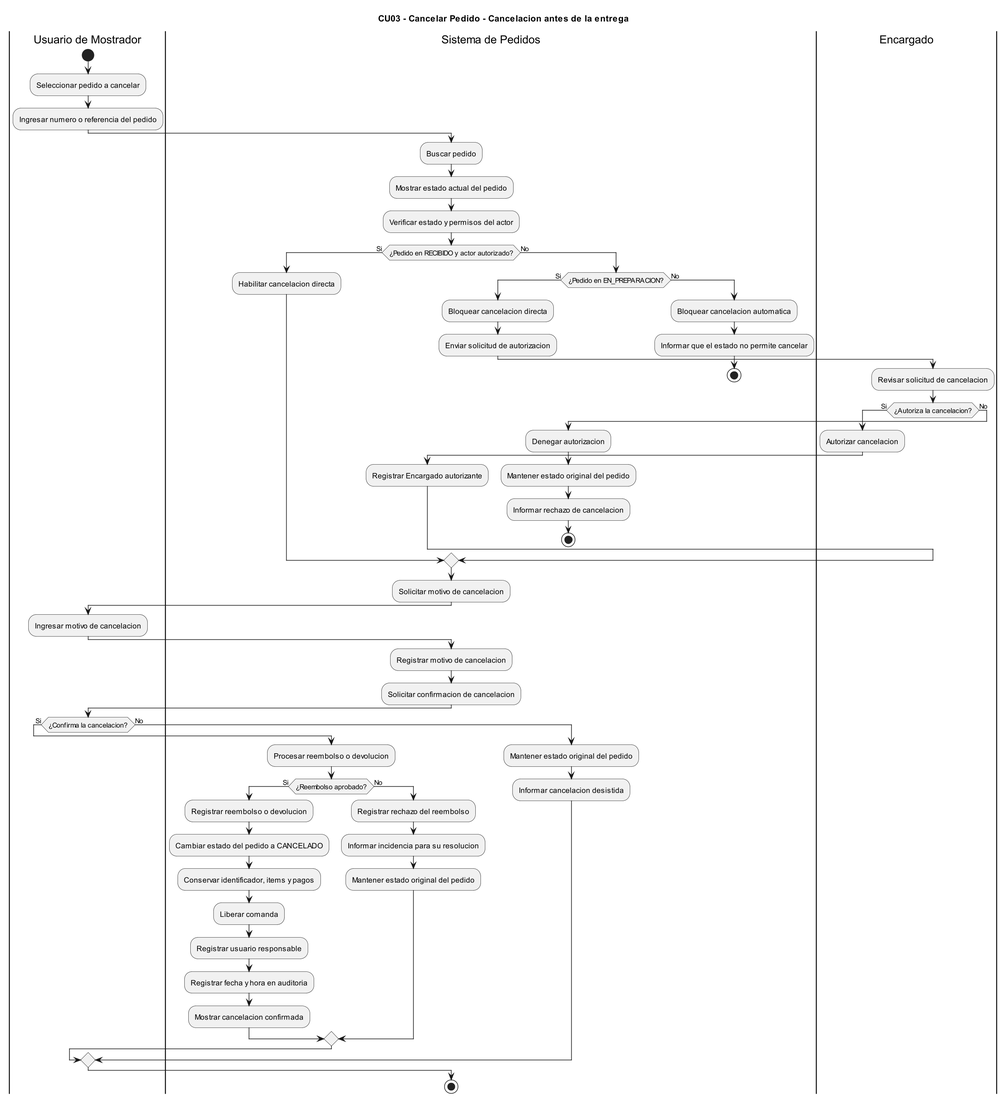
Above: diagramas/04-diagramas-actividades/04-actividad-cancelar-pedido-03.png in eloeyhe/SistemaPedidos (PlantUML), before the change.
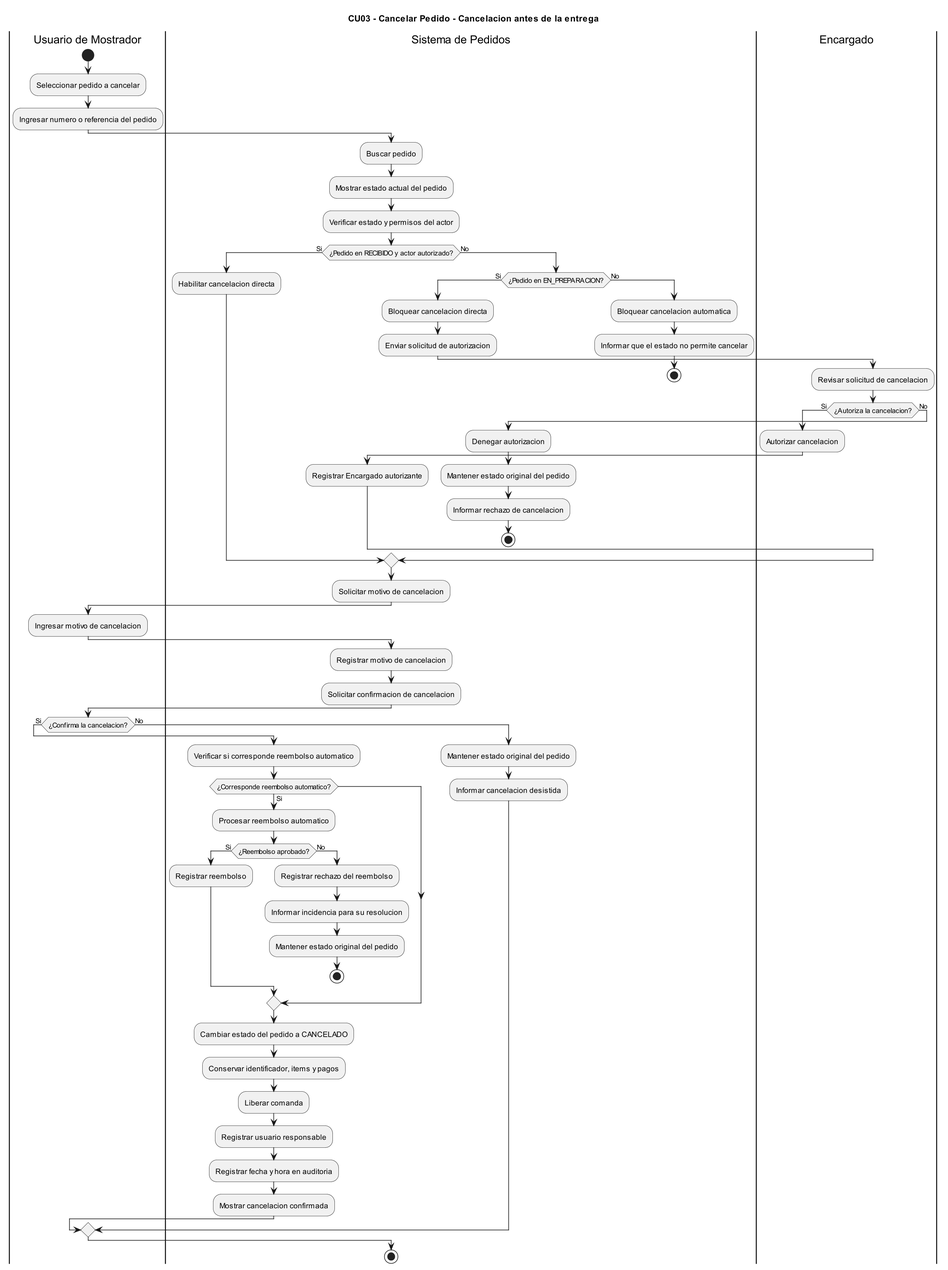
Above is the later version.

Change to the diagram source:
```diff
@@ -40,7 +40,6 @@
 endif
 
 |Sistema de Pedidos|
-|Sistema de Pedidos|
 :Solicitar motivo de cancelacion;
 
 |Usuario de Mostrador|
@@ -53,21 +52,27 @@
 |Usuario de Mostrador|
 if (¿Confirma la cancelacion?) then (Si)
   |Sistema de Pedidos|
-  :Procesar reembolso o devolucion;
+  :Verificar si corresponde reembolso automatico;
+
+if (¿Corresponde reembolso automatico?) then (Si)
+  :Procesar reembolso automatico;
 
   if (¿Reembolso aprobado?) then (Si)
-    :Registrar reembolso o devolucion;
-    :Cambiar estado del pedido a CANCELADO;
-    :Conservar identificador, items y pagos;
-    :Liberar comanda;
-    :Registrar usuario responsable;
-    :Registrar fecha y hora en auditoria;
-    :Mostrar cancelacion confirmada;
+    :Registrar reembolso;
   else (No)
     :Registrar rechazo del reembolso;
     :Informar incidencia para su resolucion;
     :Mantener estado original del pedido;
+    stop
   endif
+endif
+
+:Cambiar estado del pedido a CANCELADO;
+:Conservar identificador, items y pagos;
+:Liberar comanda;
+:Registrar usuario responsable;
+:Registrar fecha y hora en auditoria;
+:Mostrar cancelacion confirmada;
 
 else (No)
   |Sistema de Pedidos|
```
